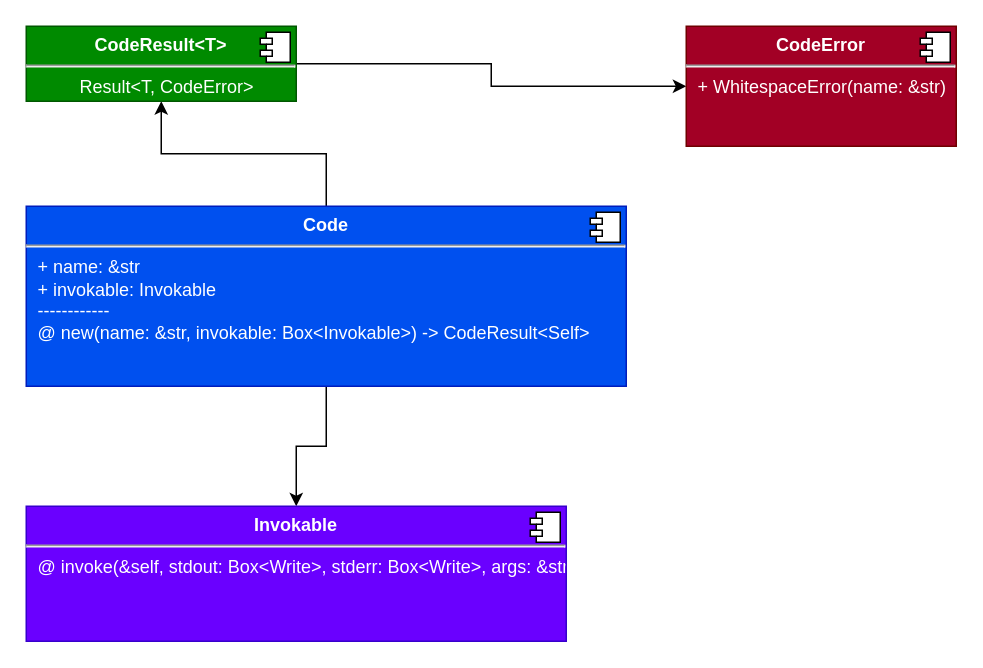
This is page "crate::code" (3 of 3) of arch.drawio from erayerdin/cheats, a draw.io file, before an edit. Source tidied: cells renumbered, new cells numbered last; positions are measured from the earlier drawing's top-left corner, leaving out a move shared by most shapes. Both pictures are drawn from the tidied source at 150%, with x=0, y=0 at pixel (26, 26).
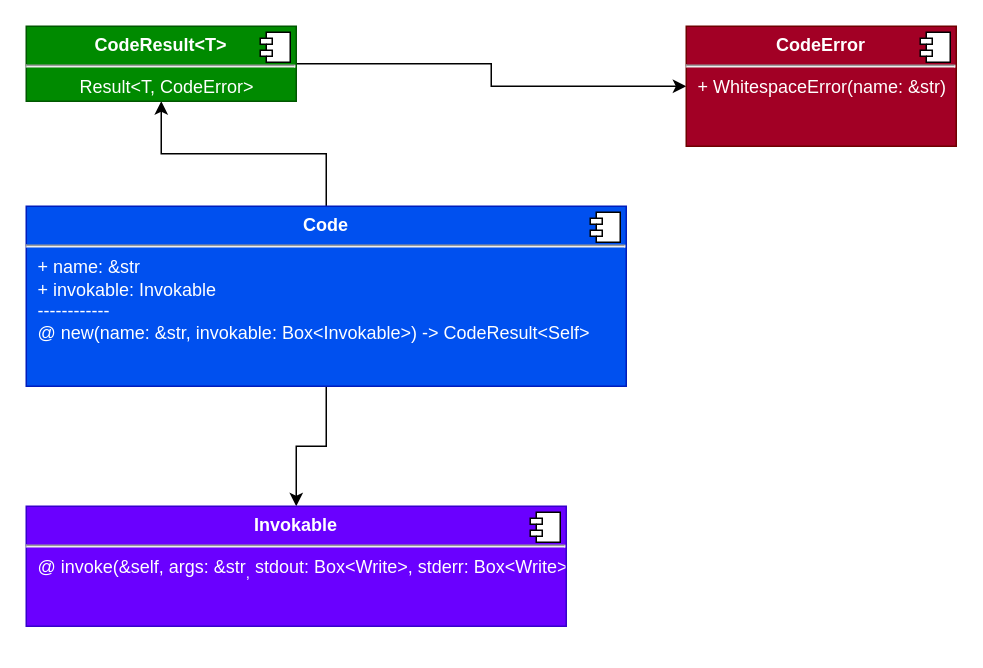
After the change.

Diff of the diagram source:
```diff
@@
 <mxGraphModel>
   <root>
     <mxCell id="0" />
     <mxCell id="1" parent="0" />
     <mxCell id="2" style="edgeStyle=orthogonalEdgeStyle;rounded=0;jettySize=auto;html=1;endArrow=classic;endFill=1;" parent="1" edge="1" source="4" target="6">
       <mxGeometry relative="1" as="geometry" />
     </mxCell>
     <mxCell id="3" style="edgeStyle=orthogonalEdgeStyle;rounded=0;jettySize=auto;html=1;endArrow=classic;endFill=1;" parent="1" edge="1" source="4" target="9">
       <mxGeometry relative="1" as="geometry" />
     </mxCell>
     <mxCell id="4" value="&lt;p style=&quot;margin: 0px ; margin-top: 6px ; text-align: center&quot;&gt;&lt;b&gt;Code&lt;/b&gt;&lt;/p&gt;&lt;hr&gt;&lt;p style=&quot;margin: 0px ; margin-left: 8px&quot;&gt;+ name: &amp;amp;str&lt;/p&gt;&lt;p style=&quot;margin: 0px ; margin-left: 8px&quot;&gt;+ invokable: Invokable&lt;/p&gt;&lt;p style=&quot;margin: 0px ; margin-left: 8px&quot;&gt;------------&lt;/p&gt;&lt;p style=&quot;margin: 0px ; margin-left: 8px&quot;&gt;@ new(name: &amp;amp;str, invokable: Box&amp;lt;Invokable&amp;gt;) -&amp;gt; CodeResult&amp;lt;Self&amp;gt;&lt;/p&gt;" style="align=left;overflow=fill;html=1;fillColor=#0050ef;strokeColor=#001DBC;fontColor=#ffffff;" parent="1" vertex="1">
       <mxGeometry y="120" width="400" height="120" as="geometry" />
     </mxCell>
     <mxCell id="5" style="shape=component;jettyWidth=8;jettyHeight=4;" parent="4" vertex="1">
       <mxGeometry x="1" width="20" height="20" relative="1" as="geometry">
         <mxPoint x="-24" y="4" as="offset" />
       </mxGeometry>
     </mxCell>
-    <mxCell id="6" value="&lt;p style=&quot;margin: 0px ; margin-top: 6px ; text-align: center&quot;&gt;&lt;b&gt;Invokable&lt;/b&gt;&lt;/p&gt;&lt;hr&gt;&lt;p style=&quot;margin: 0px ; margin-left: 8px&quot;&gt;@ invoke(&amp;amp;self, stdout: Box&amp;lt;Write&amp;gt;, stderr: Box&amp;lt;Write&amp;gt;, args: &amp;amp;str)&lt;br&gt;&lt;/p&gt;" style="align=left;overflow=fill;html=1;fillColor=#6a00ff;strokeColor=#3700CC;fontColor=#ffffff;" parent="1" vertex="1">
-      <mxGeometry y="320" width="360" height="90" as="geometry" />
+    <mxCell id="6" value="&lt;p style=&quot;margin: 0px ; margin-top: 6px ; text-align: center&quot;&gt;&lt;b&gt;Invokable&lt;/b&gt;&lt;/p&gt;&lt;hr&gt;&lt;p style=&quot;margin: 0px ; margin-left: 8px&quot;&gt;@ invoke(&amp;amp;self, args: &amp;amp;str&lt;sub&gt;,&lt;/sub&gt; stdout: Box&amp;lt;Write&amp;gt;, stderr: Box&amp;lt;Write&amp;gt;)&lt;br&gt;&lt;/p&gt;" style="align=left;overflow=fill;html=1;fillColor=#6a00ff;strokeColor=#3700CC;fontColor=#ffffff;" parent="1" vertex="1">
+      <mxGeometry y="320" width="360" height="80" as="geometry" />
     </mxCell>
     <mxCell id="7" style="shape=component;jettyWidth=8;jettyHeight=4;" parent="6" vertex="1">
       <mxGeometry x="1" width="20" height="20" relative="1" as="geometry">
         <mxPoint x="-24" y="4" as="offset" />
       </mxGeometry>
     </mxCell>
     <mxCell id="8" style="edgeStyle=orthogonalEdgeStyle;rounded=0;jettySize=auto;html=1;endArrow=classic;endFill=1;" parent="1" edge="1" source="9" target="11">
       <mxGeometry relative="1" as="geometry" />
     </mxCell>
     <mxCell id="9" value="&lt;p style=&quot;margin: 0px ; margin-top: 6px ; text-align: center&quot;&gt;&lt;b&gt;CodeResult&amp;lt;T&amp;gt;&lt;/b&gt;&lt;/p&gt;&lt;hr&gt;&lt;p style=&quot;margin: 0px ; margin-left: 8px&quot; align=&quot;center&quot;&gt;Result&amp;lt;T, CodeError&amp;gt;&lt;br&gt;&lt;/p&gt;" style="align=left;overflow=fill;html=1;fillColor=#008a00;strokeColor=#005700;fontColor=#ffffff;" parent="1" vertex="1">
       <mxGeometry width="180" height="50" as="geometry" />
     </mxCell>
     <mxCell id="10" style="shape=component;jettyWidth=8;jettyHeight=4;" parent="9" vertex="1">
       <mxGeometry x="1" width="20" height="20" relative="1" as="geometry">
         <mxPoint x="-24" y="4" as="offset" />
       </mxGeometry>
     </mxCell>
     <mxCell id="11" value="&lt;p style=&quot;margin: 0px ; margin-top: 6px ; text-align: center&quot;&gt;&lt;b&gt;CodeError&lt;/b&gt;&lt;/p&gt;&lt;hr&gt;&lt;p style=&quot;margin: 0px ; margin-left: 8px&quot;&gt;+ WhitespaceError(name: &amp;amp;str)&lt;br&gt;&lt;/p&gt;" style="align=left;overflow=fill;html=1;fillColor=#a20025;strokeColor=#6F0000;fontColor=#ffffff;" parent="1" vertex="1">
       <mxGeometry x="440" width="180" height="80" as="geometry" />
     </mxCell>
     <mxCell id="12" style="shape=component;jettyWidth=8;jettyHeight=4;" parent="11" vertex="1">
       <mxGeometry x="1" width="20" height="20" relative="1" as="geometry">
         <mxPoint x="-24" y="4" as="offset" />
       </mxGeometry>
     </mxCell>
   </root>
 </mxGraphModel>
```
